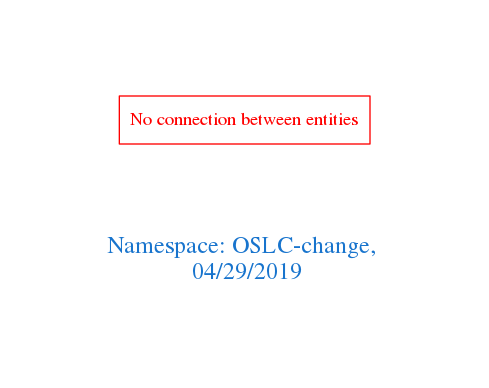
Above: downloads/OSLC-change.png in arago/OGIT (Graphviz), before the change. Its source is kept beside it as downloads/OSLC-change.dot.
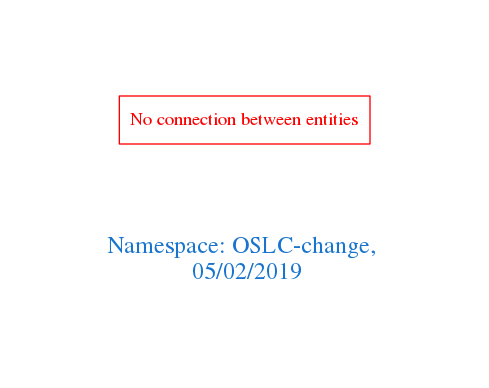
The same file after the commit.

What changed in the source:
```diff
@@ -1,7 +1,7 @@
 digraph OGIT_ontology {
  graph [ rankdir= LR,pad=1
 fontsize = 18,
-fontcolor= dodgerblue3,label = "\n\n\nNamespace: OSLC-change, \n 04/29/2019"];
+fontcolor= dodgerblue3,label = "\n\n\nNamespace: OSLC-change, \n 05/02/2019"];
 node[shape=polygon];
 edge [  color="gray81"];
 
```
